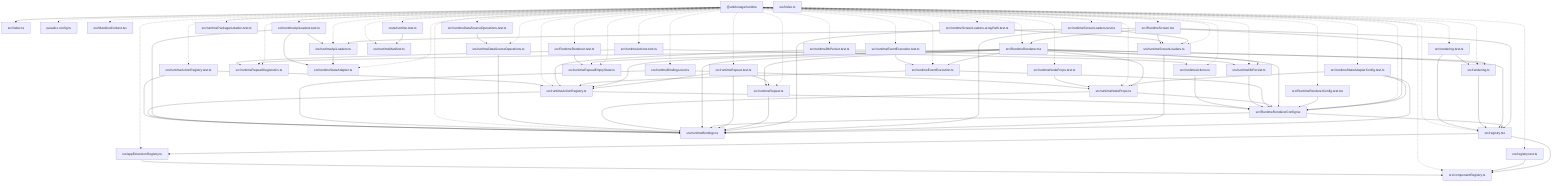
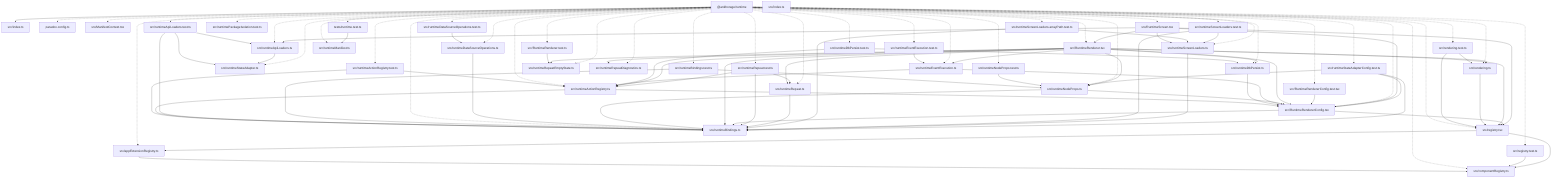
graph TD
  package__ankhorage_runtime["@ankhorage/runtime"]
  entrypoint_src_index_ts["src/index.ts"]
  package__ankhorage_runtime --> entrypoint_src_index_ts
  module_paradox_config_ts["paradox.config.ts"]
  package__ankhorage_runtime -.-> module_paradox_config_ts
  module_src_appExtensionRegistry_ts["src/appExtensionRegistry.ts"]
  package__ankhorage_runtime -.-> module_src_appExtensionRegistry_ts
  module_src_appExtensionRegistry_ts --> module_src_componentRegistry_ts
  module_src_componentRegistry_ts["src/componentRegistry.ts"]
  package__ankhorage_runtime -.-> module_src_componentRegistry_ts
  module_src_index_ts["src/index.ts"]
  module_src_ManifestContext_tsx["src/ManifestContext.tsx"]
  package__ankhorage_runtime -.-> module_src_ManifestContext_tsx
  module_src_registry_test_ts["src/registry.test.ts"]
  package__ankhorage_runtime -.-> module_src_registry_test_ts
  module_src_registry_test_ts --> module_src_componentRegistry_ts
  module_src_registry_tsx["src/registry.tsx"]
  package__ankhorage_runtime -.-> module_src_registry_tsx
  module_src_registry_tsx --> module_src_appExtensionRegistry_ts
  module_src_registry_tsx --> module_src_componentRegistry_ts
  module_src_rendering_test_ts["src/rendering.test.ts"]
  package__ankhorage_runtime -.-> module_src_rendering_test_ts
  module_src_rendering_test_ts --> module_src_registry_tsx
  module_src_rendering_test_ts --> module_src_rendering_ts
  module_src_rendering_ts["src/rendering.ts"]
  package__ankhorage_runtime -.-> module_src_rendering_ts
  module_src_rendering_ts --> module_src_registry_tsx
  module_src_runtimeActionRegistry_test_ts["src/runtimeActionRegistry.test.ts"]
  package__ankhorage_runtime -.-> module_src_runtimeActionRegistry_test_ts
  module_src_runtimeActionRegistry_test_ts --> module_src_runtimeActionRegistry_ts
  module_src_runtimeActionRegistry_test_ts --> module_src_runtimeBindings_ts
  module_src_runtimeActionRegistry_ts["src/runtimeActionRegistry.ts"]
  package__ankhorage_runtime -.-> module_src_runtimeActionRegistry_ts
  module_src_runtimeActionRegistry_ts --> module_src_runtimeBindings_ts
  module_src_runtimeActionRegistry_ts --> module_src_RuntimeRendererConfig_tsx
-   module_src_runtimeActions_test_ts["src/runtimeActions.test.ts"]
-   package__ankhorage_runtime -.-> module_src_runtimeActions_test_ts
-   module_src_runtimeActions_test_ts --> module_src_runtimeActions_ts
-   module_src_runtimeActions_test_ts --> module_src_runtimeRepeatDiagnostics_ts
-   module_src_runtimeActions_ts["src/runtimeActions.ts"]
-   package__ankhorage_runtime -.-> module_src_runtimeActions_ts
-   module_src_runtimeActions_ts --> module_src_RuntimeRendererConfig_tsx
  module_src_runtimeApiLoaders_test_ts["src/runtimeApiLoaders.test.ts"]
  package__ankhorage_runtime -.-> module_src_runtimeApiLoaders_test_ts
  module_src_runtimeApiLoaders_test_ts --> module_src_runtimeApiLoaders_ts
  module_src_runtimeApiLoaders_test_ts --> module_src_runtimeBindings_ts
  module_src_runtimeApiLoaders_test_ts --> module_src_runtimeStateAdapter_ts
  module_src_runtimeApiLoaders_ts["src/runtimeApiLoaders.ts"]
  package__ankhorage_runtime -.-> module_src_runtimeApiLoaders_ts
  module_src_runtimeApiLoaders_ts --> module_src_runtimeStateAdapter_ts
  module_src_runtimeBindings_test_ts["src/runtimeBindings.test.ts"]
  package__ankhorage_runtime -.-> module_src_runtimeBindings_test_ts
  module_src_runtimeBindings_test_ts --> module_src_runtimeBindings_ts
  module_src_runtimeBindings_test_ts --> module_src_runtimeNodeProps_ts
  module_src_runtimeBindings_ts["src/runtimeBindings.ts"]
  package__ankhorage_runtime -.-> module_src_runtimeBindings_ts
  module_src_runtimeDataSourceOperations_test_ts["src/runtimeDataSourceOperations.test.ts"]
  package__ankhorage_runtime -.-> module_src_runtimeDataSourceOperations_test_ts
  module_src_runtimeDataSourceOperations_test_ts --> module_src_runtimeDataSourceOperations_ts
  module_src_runtimeDataSourceOperations_ts["src/runtimeDataSourceOperations.ts"]
  package__ankhorage_runtime -.-> module_src_runtimeDataSourceOperations_ts
  module_src_runtimeDataSourceOperations_ts --> module_src_runtimeBindings_ts
  module_src_runtimeDbPersist_test_ts["src/runtimeDbPersist.test.ts"]
  package__ankhorage_runtime -.-> module_src_runtimeDbPersist_test_ts
  module_src_runtimeDbPersist_test_ts --> module_src_runtimeActionRegistry_ts
  module_src_runtimeDbPersist_test_ts --> module_src_runtimeDbPersist_ts
  module_src_runtimeDbPersist_ts["src/runtimeDbPersist.ts"]
  package__ankhorage_runtime -.-> module_src_runtimeDbPersist_ts
  module_src_runtimeDbPersist_ts --> module_src_RuntimeRendererConfig_tsx
  module_src_runtimeEventExecution_test_ts["src/runtimeEventExecution.test.ts"]
  package__ankhorage_runtime -.-> module_src_runtimeEventExecution_test_ts
  module_src_runtimeEventExecution_test_ts --> module_src_runtimeEventExecution_ts
  module_src_runtimeEventExecution_ts["src/runtimeEventExecution.ts"]
  package__ankhorage_runtime -.-> module_src_runtimeEventExecution_ts
  module_src_runtimeEventExecution_ts --> module_src_runtimeActionRegistry_ts
  module_src_runtimeEventExecution_ts --> module_src_RuntimeRendererConfig_tsx
  module_src_runtimeManifest_ts["src/runtimeManifest.ts"]
  package__ankhorage_runtime -.-> module_src_runtimeManifest_ts
  module_src_runtimeNodeProps_test_ts["src/runtimeNodeProps.test.ts"]
  package__ankhorage_runtime -.-> module_src_runtimeNodeProps_test_ts
  module_src_runtimeNodeProps_test_ts --> module_src_runtimeNodeProps_ts
  module_src_runtimeNodeProps_ts["src/runtimeNodeProps.ts"]
  package__ankhorage_runtime -.-> module_src_runtimeNodeProps_ts
  module_src_runtimeNodeProps_ts --> module_src_runtimeBindings_ts
  module_src_runtimeNodeProps_ts --> module_src_RuntimeRendererConfig_tsx
  module_src_runtimePackageIsolation_test_ts["src/runtimePackageIsolation.test.ts"]
  package__ankhorage_runtime -.-> module_src_runtimePackageIsolation_test_ts
  module_src_RuntimeRenderer_test_ts["src/RuntimeRenderer.test.ts"]
  package__ankhorage_runtime -.-> module_src_RuntimeRenderer_test_ts
  module_src_RuntimeRenderer_test_ts --> module_src_runtimeRepeatEmptyState_ts
  module_src_RuntimeRenderer_tsx["src/RuntimeRenderer.tsx"]
  package__ankhorage_runtime -.-> module_src_RuntimeRenderer_tsx
  module_src_RuntimeRenderer_tsx --> module_src_registry_tsx
  module_src_RuntimeRenderer_tsx --> module_src_rendering_ts
  module_src_RuntimeRenderer_tsx --> module_src_runtimeActionRegistry_ts
  module_src_RuntimeRenderer_tsx --> module_src_runtimeBindings_ts
  module_src_RuntimeRenderer_tsx --> module_src_runtimeDbPersist_ts
  module_src_RuntimeRenderer_tsx --> module_src_runtimeEventExecution_ts
  module_src_RuntimeRenderer_tsx --> module_src_runtimeNodeProps_ts
  module_src_RuntimeRenderer_tsx --> module_src_RuntimeRendererConfig_tsx
  module_src_RuntimeRenderer_tsx --> module_src_runtimeRepeat_ts
  module_src_RuntimeRenderer_tsx --> module_src_runtimeRepeatDiagnostics_ts
  module_src_RuntimeRenderer_tsx --> module_src_runtimeRepeatEmptyState_ts
  module_src_RuntimeRendererConfig_test_tsx["src/RuntimeRendererConfig.test.tsx"]
  package__ankhorage_runtime -.-> module_src_RuntimeRendererConfig_test_tsx
  module_src_RuntimeRendererConfig_test_tsx --> module_src_RuntimeRendererConfig_tsx
  module_src_RuntimeRendererConfig_tsx["src/RuntimeRendererConfig.tsx"]
  package__ankhorage_runtime -.-> module_src_RuntimeRendererConfig_tsx
  module_src_RuntimeRendererConfig_tsx --> module_src_registry_tsx
  module_src_RuntimeRendererConfig_tsx --> module_src_runtimeBindings_ts
  module_src_runtimeRepeat_test_ts["src/runtimeRepeat.test.ts"]
  package__ankhorage_runtime -.-> module_src_runtimeRepeat_test_ts
  module_src_runtimeRepeat_test_ts --> module_src_runtimeActionRegistry_ts
  module_src_runtimeRepeat_test_ts --> module_src_runtimeBindings_ts
  module_src_runtimeRepeat_test_ts --> module_src_runtimeRepeat_ts
  module_src_runtimeRepeat_ts["src/runtimeRepeat.ts"]
  package__ankhorage_runtime -.-> module_src_runtimeRepeat_ts
  module_src_runtimeRepeat_ts --> module_src_runtimeBindings_ts
  module_src_runtimeRepeatDiagnostics_ts["src/runtimeRepeatDiagnostics.ts"]
  package__ankhorage_runtime -.-> module_src_runtimeRepeatDiagnostics_ts
  module_src_runtimeRepeatEmptyState_ts["src/runtimeRepeatEmptyState.ts"]
  package__ankhorage_runtime -.-> module_src_runtimeRepeatEmptyState_ts
  module_src_RuntimeScreen_tsx["src/RuntimeScreen.tsx"]
  package__ankhorage_runtime -.-> module_src_RuntimeScreen_tsx
  module_src_RuntimeScreen_tsx --> module_src_registry_tsx
  module_src_RuntimeScreen_tsx --> module_src_runtimeApiLoaders_ts
  module_src_RuntimeScreen_tsx --> module_src_RuntimeRenderer_tsx
  module_src_RuntimeScreen_tsx --> module_src_RuntimeRendererConfig_tsx
  module_src_RuntimeScreen_tsx --> module_src_runtimeScreenLoaders_ts
  module_src_runtimeScreenLoaders_arrayPath_test_ts["src/runtimeScreenLoaders.arrayPath.test.ts"]
  package__ankhorage_runtime -.-> module_src_runtimeScreenLoaders_arrayPath_test_ts
  module_src_runtimeScreenLoaders_arrayPath_test_ts --> module_src_runtimeBindings_ts
  module_src_runtimeScreenLoaders_arrayPath_test_ts --> module_src_runtimeScreenLoaders_ts
  module_src_runtimeScreenLoaders_test_ts["src/runtimeScreenLoaders.test.ts"]
  package__ankhorage_runtime -.-> module_src_runtimeScreenLoaders_test_ts
  module_src_runtimeScreenLoaders_test_ts --> module_src_runtimeBindings_ts
  module_src_runtimeScreenLoaders_test_ts --> module_src_runtimeScreenLoaders_ts
  module_src_runtimeScreenLoaders_ts["src/runtimeScreenLoaders.ts"]
  package__ankhorage_runtime -.-> module_src_runtimeScreenLoaders_ts
  module_src_runtimeScreenLoaders_ts --> module_src_runtimeBindings_ts
  module_src_runtimeStateAdapter_ts["src/runtimeStateAdapter.ts"]
  package__ankhorage_runtime -.-> module_src_runtimeStateAdapter_ts
  module_src_runtimeStateAdapterConfig_test_ts["src/runtimeStateAdapterConfig.test.ts"]
  package__ankhorage_runtime -.-> module_src_runtimeStateAdapterConfig_test_ts
  module_src_runtimeStateAdapterConfig_test_ts --> module_src_runtimeBindings_ts
  module_src_runtimeStateAdapterConfig_test_ts --> module_src_runtimeNodeProps_ts
  module_src_runtimeStateAdapterConfig_test_ts --> module_src_RuntimeRendererConfig_tsx
  module_tests_runtime_test_ts["tests/runtime.test.ts"]
  package__ankhorage_runtime -.-> module_tests_runtime_test_ts
  module_tests_runtime_test_ts --> module_src_runtimeManifest_ts
